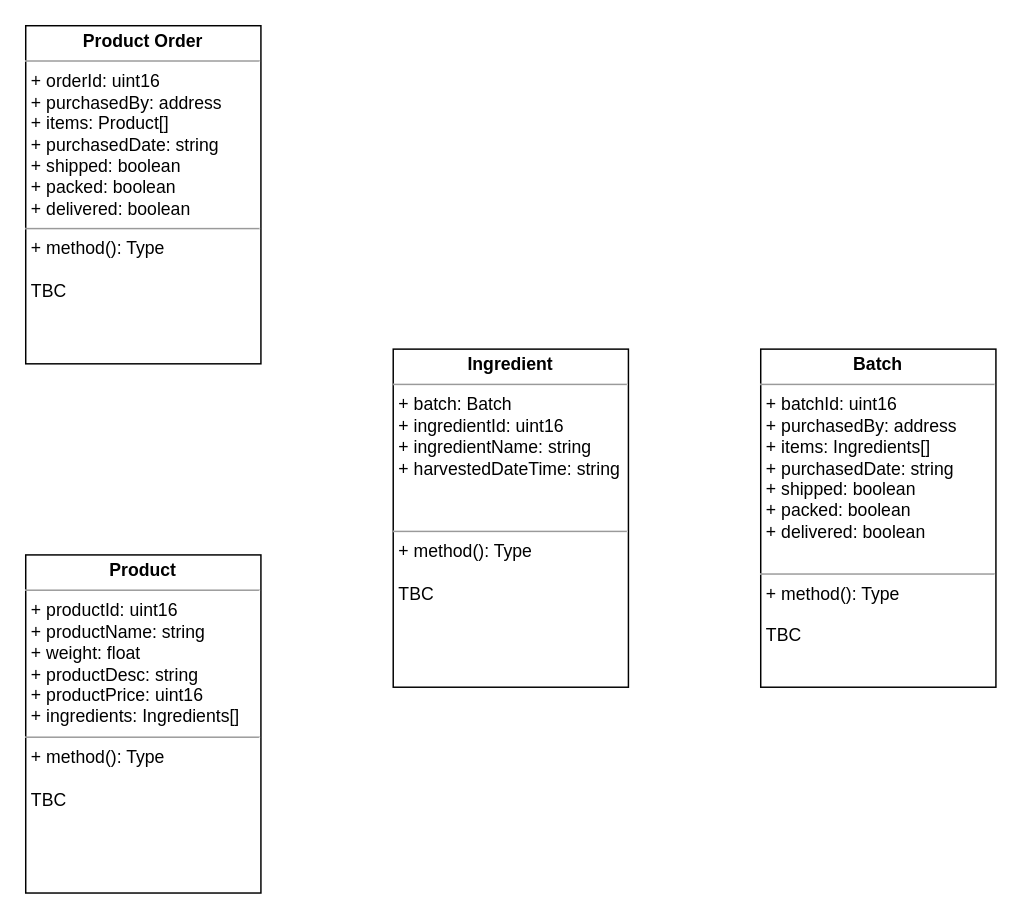
This is page "Class Diagram" (2 of 3) of supply-chain-process-flow.drawio from PohKaiBoon/back-end, a draw.io file, before an edit. Source tidied: cells renumbered, new cells numbered last; positions are measured from the earlier drawing's top-left corner, leaving out a move shared by most shapes. Both pictures are drawn from the tidied source at 147%, with x=0, y=0 at pixel (25, 25).
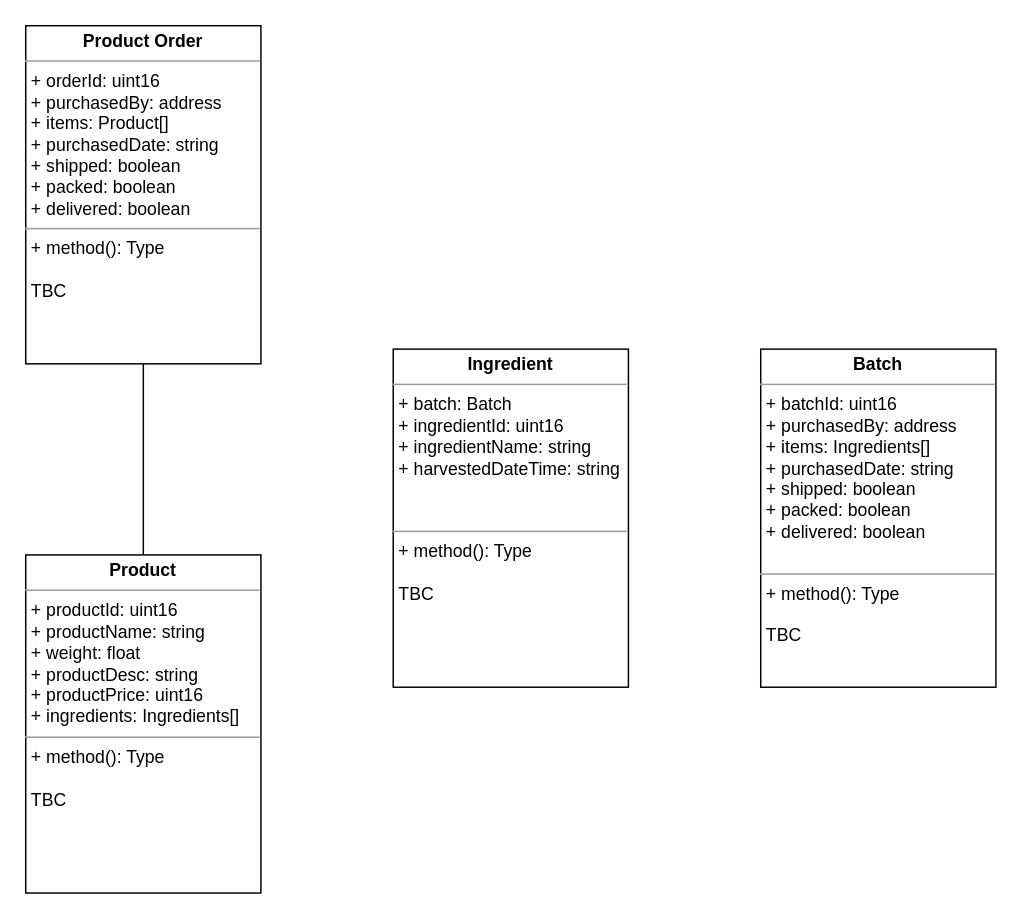
After the change.

What changed in the source:
```diff
@@
 <mxGraphModel>
   <root>
     <mxCell id="0" />
     <mxCell id="1" parent="0" />
     <mxCell id="2" value="&lt;p style=&quot;margin:0px;margin-top:4px;text-align:center;&quot;&gt;&lt;b&gt;Product&lt;/b&gt;&lt;/p&gt;&lt;hr size=&quot;1&quot;&gt;&lt;p style=&quot;margin:0px;margin-left:4px;&quot;&gt;+ productId: uint16&lt;/p&gt;&lt;p style=&quot;border-color: var(--border-color); margin: 0px 0px 0px 4px;&quot;&gt;+ productName: string&lt;/p&gt;&lt;p style=&quot;border-color: var(--border-color); margin: 0px 0px 0px 4px;&quot;&gt;+ weight: float&lt;br&gt;&lt;/p&gt;&lt;p style=&quot;border-color: var(--border-color); margin: 0px 0px 0px 4px;&quot;&gt;+ productDesc: string&lt;/p&gt;&lt;p style=&quot;border-color: var(--border-color); margin: 0px 0px 0px 4px;&quot;&gt;+ productPrice: uint16&lt;br&gt;+ ingredients: Ingredients[]&lt;/p&gt;&lt;hr size=&quot;1&quot;&gt;&lt;p style=&quot;margin:0px;margin-left:4px;&quot;&gt;+ method(): Type&lt;/p&gt;&lt;p style=&quot;margin:0px;margin-left:4px;&quot;&gt;&lt;br&gt;&lt;/p&gt;&lt;p style=&quot;margin:0px;margin-left:4px;&quot;&gt;TBC&lt;/p&gt;" style="verticalAlign=top;align=left;overflow=fill;html=1;whiteSpace=wrap;" parent="1" vertex="1">
       <mxGeometry y="360" width="160" height="230" as="geometry" />
     </mxCell>
     <mxCell id="3" value="&lt;p style=&quot;margin:0px;margin-top:4px;text-align:center;&quot;&gt;&lt;b&gt;Product Order&lt;/b&gt;&lt;/p&gt;&lt;hr size=&quot;1&quot;&gt;&lt;p style=&quot;margin:0px;margin-left:4px;&quot;&gt;+ orderId: uint16&lt;/p&gt;&lt;p style=&quot;border-color: var(--border-color); margin: 0px 0px 0px 4px;&quot;&gt;+ purchasedBy: address&lt;/p&gt;&lt;p style=&quot;border-color: var(--border-color); margin: 0px 0px 0px 4px;&quot;&gt;+ items: Product[]&lt;br&gt;&lt;/p&gt;&lt;p style=&quot;border-color: var(--border-color); margin: 0px 0px 0px 4px;&quot;&gt;+ purchasedDate: string&lt;br&gt;&lt;/p&gt;&lt;p style=&quot;border-color: var(--border-color); margin: 0px 0px 0px 4px;&quot;&gt;+ shipped: boolean&lt;br&gt;&lt;/p&gt;&lt;p style=&quot;border-color: var(--border-color); margin: 0px 0px 0px 4px;&quot;&gt;+ packed: boolean&lt;br&gt;&lt;/p&gt;&lt;p style=&quot;border-color: var(--border-color); margin: 0px 0px 0px 4px;&quot;&gt;+ delivered: boolean&lt;br&gt;&lt;/p&gt;&lt;hr size=&quot;1&quot;&gt;&lt;p style=&quot;margin:0px;margin-left:4px;&quot;&gt;+ method(): Type&lt;/p&gt;&lt;p style=&quot;margin:0px;margin-left:4px;&quot;&gt;&lt;br&gt;&lt;/p&gt;&lt;p style=&quot;margin:0px;margin-left:4px;&quot;&gt;TBC&lt;/p&gt;" style="verticalAlign=top;align=left;overflow=fill;html=1;whiteSpace=wrap;" parent="1" vertex="1">
       <mxGeometry width="160" height="230" as="geometry" />
     </mxCell>
     <mxCell id="4" value="&lt;p style=&quot;margin:0px;margin-top:4px;text-align:center;&quot;&gt;&lt;b&gt;Ingredient&lt;/b&gt;&lt;/p&gt;&lt;hr size=&quot;1&quot;&gt;&lt;p style=&quot;margin:0px;margin-left:4px;&quot;&gt;+ batch: Batch&lt;/p&gt;&lt;p style=&quot;border-color: var(--border-color); margin: 0px 0px 0px 4px;&quot;&gt;+ ingredientId: uint16&lt;/p&gt;&lt;p style=&quot;border-color: var(--border-color); margin: 0px 0px 0px 4px;&quot;&gt;+ ingredientName: string&lt;br&gt;&lt;/p&gt;&lt;p style=&quot;border-color: var(--border-color); margin: 0px 0px 0px 4px;&quot;&gt;+ harvestedDateTime: string&lt;/p&gt;&lt;p style=&quot;border-color: var(--border-color); margin: 0px 0px 0px 4px;&quot;&gt;&lt;br&gt;&lt;/p&gt;&lt;p style=&quot;border-color: var(--border-color); margin: 0px 0px 0px 4px;&quot;&gt;&lt;br&gt;&lt;/p&gt;&lt;hr size=&quot;1&quot;&gt;&lt;p style=&quot;margin:0px;margin-left:4px;&quot;&gt;+ method(): Type&lt;/p&gt;&lt;p style=&quot;margin:0px;margin-left:4px;&quot;&gt;&lt;br&gt;&lt;/p&gt;&lt;p style=&quot;margin:0px;margin-left:4px;&quot;&gt;TBC&lt;/p&gt;" style="verticalAlign=top;align=left;overflow=fill;html=1;whiteSpace=wrap;" parent="1" vertex="1">
       <mxGeometry x="250" y="220" width="160" height="230" as="geometry" />
     </mxCell>
     <mxCell id="5" value="&lt;p style=&quot;margin:0px;margin-top:4px;text-align:center;&quot;&gt;&lt;b&gt;Batch&lt;/b&gt;&lt;/p&gt;&lt;hr size=&quot;1&quot;&gt;&lt;p style=&quot;border-color: var(--border-color); margin: 0px 0px 0px 4px;&quot;&gt;+ batchId: uint16&lt;/p&gt;&lt;p style=&quot;border-color: var(--border-color); margin: 0px 0px 0px 4px;&quot;&gt;+ purchasedBy: address&lt;/p&gt;&lt;p style=&quot;border-color: var(--border-color); margin: 0px 0px 0px 4px;&quot;&gt;+ items: Ingredients[]&lt;br style=&quot;border-color: var(--border-color);&quot;&gt;&lt;/p&gt;&lt;p style=&quot;border-color: var(--border-color); margin: 0px 0px 0px 4px;&quot;&gt;+ purchasedDate: string&lt;br style=&quot;border-color: var(--border-color);&quot;&gt;&lt;/p&gt;&lt;p style=&quot;border-color: var(--border-color); margin: 0px 0px 0px 4px;&quot;&gt;+ shipped: boolean&lt;br style=&quot;border-color: var(--border-color);&quot;&gt;&lt;/p&gt;&lt;p style=&quot;border-color: var(--border-color); margin: 0px 0px 0px 4px;&quot;&gt;+ packed: boolean&lt;br style=&quot;border-color: var(--border-color);&quot;&gt;&lt;/p&gt;&lt;p style=&quot;border-color: var(--border-color); margin: 0px 0px 0px 4px;&quot;&gt;+ delivered: boolean&lt;/p&gt;&lt;p style=&quot;border-color: var(--border-color); margin: 0px 0px 0px 4px;&quot;&gt;&lt;br&gt;&lt;/p&gt;&lt;hr size=&quot;1&quot;&gt;&lt;p style=&quot;margin:0px;margin-left:4px;&quot;&gt;+ method(): Type&lt;/p&gt;&lt;p style=&quot;margin:0px;margin-left:4px;&quot;&gt;&lt;br&gt;&lt;/p&gt;&lt;p style=&quot;margin:0px;margin-left:4px;&quot;&gt;TBC&lt;/p&gt;" style="verticalAlign=top;align=left;overflow=fill;html=1;whiteSpace=wrap;" parent="1" vertex="1">
       <mxGeometry x="500" y="220" width="160" height="230" as="geometry" />
     </mxCell>
+    <mxCell id="6" style="endArrow=none;html=1;rounded=0;entryX=0.5;entryY=1;entryDx=0;entryDy=0;exitX=0.5;exitY=0;exitDx=0;exitDy=0;" parent="1" edge="1" source="2" target="3">
+      <mxGeometry relative="1" as="geometry" />
+    </mxCell>
   </root>
 </mxGraphModel>
```
